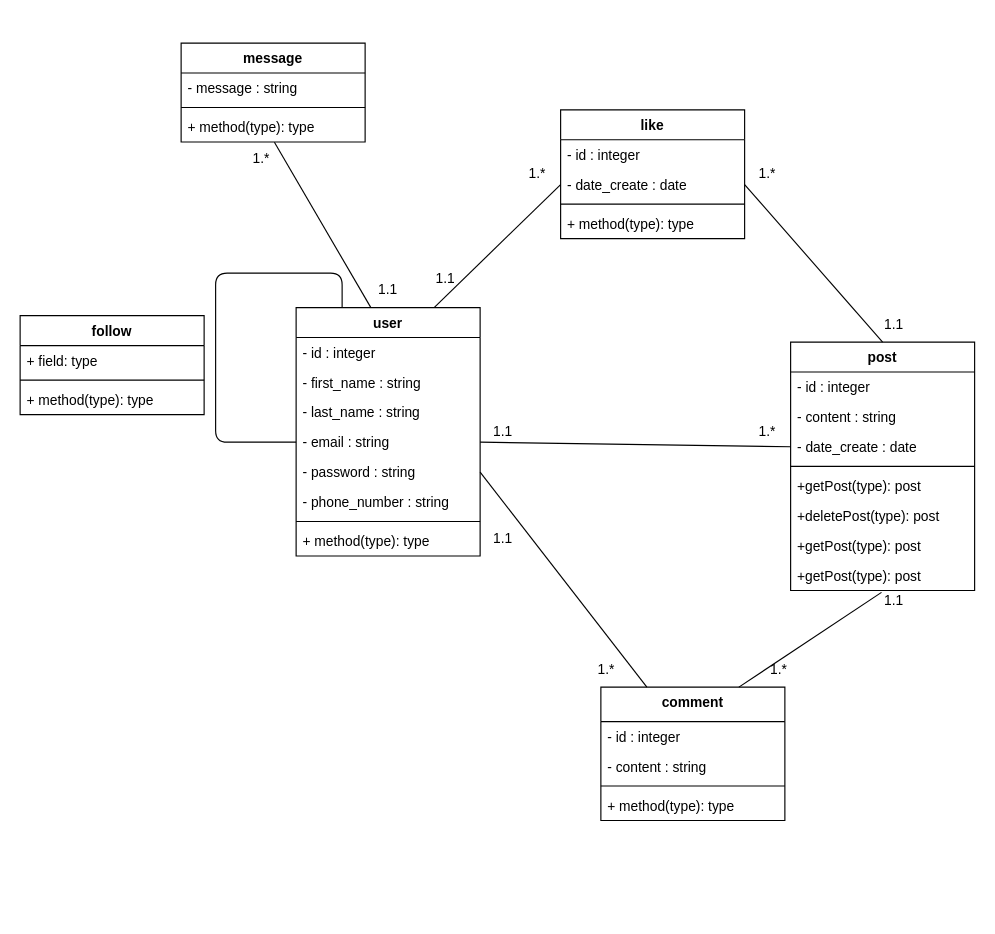
Mohamed072005/YouConnecte keeps this draw.io diagram as uml/YouConnecte.diagram-class.drawio. Above is the earlier version. Source tidied: cells renumbered, new cells numbered last; positions are measured from the earlier drawing's top-left corner, leaving out a move shared by most shapes. Both pictures are drawn from the tidied source at 115%, with x=0, y=0 at pixel (20, 43).
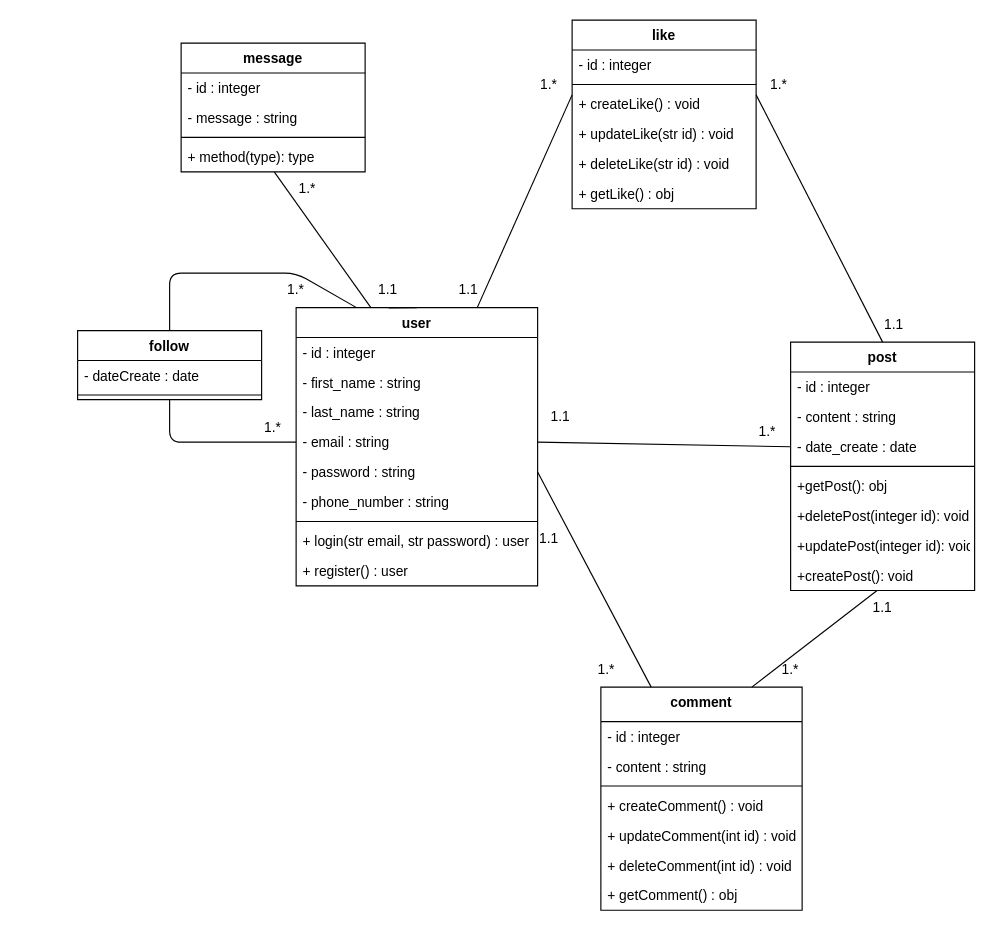
The same page after the edit.

Commit message:
create the diagram class

The change refers to these unchanged cells:
```xml
<mxCell id="12" value="post" style="swimlane;fontStyle=1;align=center;verticalAlign=top;horizontal=1;startSize=26;" parent="1" vertex="1">
  <mxGeometry x="670" y="260" width="160" height="216" as="geometry" />
</mxCell>
```

The edit, as a diff of the source:
```diff
@@
     <mxCell id="2" value="user" style="swimlane;fontStyle=1;align=center;verticalAlign=top;horizontal=1;startSize=26;" parent="1" vertex="1">
-      <mxGeometry x="240" y="230" width="160" height="216" as="geometry" />
+      <mxGeometry x="240" y="230" width="210" height="242" as="geometry" />
     </mxCell>
     <mxCell id="3" value="- id : integer" style="text;strokeColor=none;fillColor=none;align=left;verticalAlign=top;spacingLeft=4;spacingRight=4;overflow=hidden;" parent="2" vertex="1">
-      <mxGeometry y="26" width="160" height="26" as="geometry" />
+      <mxGeometry y="26" width="210" height="26" as="geometry" />
     </mxCell>
     <mxCell id="4" value="- first_name : string" style="text;strokeColor=none;fillColor=none;align=left;verticalAlign=top;spacingLeft=4;spacingRight=4;overflow=hidden;" parent="2" vertex="1">
-      <mxGeometry y="52" width="160" height="26" as="geometry" />
+      <mxGeometry y="52" width="210" height="26" as="geometry" />
     </mxCell>
     <mxCell id="5" value="- last_name : string" style="text;strokeColor=none;fillColor=none;align=left;verticalAlign=top;spacingLeft=4;spacingRight=4;overflow=hidden;" parent="2" vertex="1">
-      <mxGeometry y="78" width="160" height="26" as="geometry" />
+      <mxGeometry y="78" width="210" height="26" as="geometry" />
     </mxCell>
     <mxCell id="6" value="- email : string" style="text;strokeColor=none;fillColor=none;align=left;verticalAlign=top;spacingLeft=4;spacingRight=4;overflow=hidden;points=[[0,0.5],[1,0.5]];portConstraint=eastwest;" parent="2" vertex="1">
-      <mxGeometry y="104" width="160" height="26" as="geometry" />
+      <mxGeometry y="104" width="210" height="26" as="geometry" />
     </mxCell>
     <mxCell id="7" value="- password : string" style="text;strokeColor=none;fillColor=none;align=left;verticalAlign=top;spacingLeft=4;spacingRight=4;overflow=hidden;points=[[0,0.5],[1,0.5]];portConstraint=eastwest;" parent="2" vertex="1">
-      <mxGeometry y="130" width="160" height="26" as="geometry" />
+      <mxGeometry y="130" width="210" height="26" as="geometry" />
     </mxCell>
     <mxCell id="8" value="- phone_number : string" style="text;strokeColor=none;fillColor=none;align=left;verticalAlign=top;spacingLeft=4;spacingRight=4;overflow=hidden;" parent="2" vertex="1">
-      <mxGeometry y="156" width="160" height="26" as="geometry" />
+      <mxGeometry y="156" width="210" height="26" as="geometry" />
     </mxCell>
     <mxCell id="9" style="line;strokeWidth=1;fillColor=none;align=left;verticalAlign=middle;spacingTop=-1;spacingLeft=3;spacingRight=3;labelPosition=right;strokeColor=inherit;" parent="2" vertex="1">
-      <mxGeometry y="182" width="160" height="8" as="geometry" />
+      <mxGeometry y="182" width="210" height="8" as="geometry" />
     </mxCell>
-    <mxCell id="10" value="+ method(type): type" style="text;strokeColor=none;fillColor=none;align=left;verticalAlign=top;spacingLeft=4;spacingRight=4;overflow=hidden;" parent="2" vertex="1">
-      <mxGeometry y="190" width="160" height="26" as="geometry" />
+    <mxCell id="10" value="+ login(str email, str password) : user" style="text;strokeColor=none;fillColor=none;align=left;verticalAlign=top;spacingLeft=4;spacingRight=4;overflow=hidden;" parent="2" vertex="1">
+      <mxGeometry y="190" width="210" height="26" as="geometry" />
     </mxCell>
-    <mxCell id="11" style="endArrow=none;html=1;entryX=0.25;entryY=0;entryDx=0;entryDy=0;exitX=0;exitY=0.5;exitDx=0;exitDy=0;" parent="2" edge="1" source="6" target="2">
-      <mxGeometry relative="1" as="geometry">
-        <Array as="points">
-          <mxPoint x="-70" y="117" />
-          <mxPoint x="-70" y="-30" />
-          <mxPoint x="40" y="-30" />
-        </Array>
-      </mxGeometry>
-    </mxCell>
+    <mxCell id="58" value="+ register() : user" style="text;strokeColor=none;fillColor=none;align=left;verticalAlign=top;spacingLeft=4;spacingRight=4;overflow=hidden;" parent="2" vertex="1">
+      <mxGeometry y="216" width="210" height="26" as="geometry" />
+    </mxCell>
@@
-    <mxCell id="17" value="+getPost(type): post" style="text;strokeColor=none;fillColor=none;align=left;verticalAlign=top;spacingLeft=4;spacingRight=4;overflow=hidden;" parent="12" vertex="1">
+    <mxCell id="17" value="+getPost(): obj" style="text;strokeColor=none;fillColor=none;align=left;verticalAlign=top;spacingLeft=4;spacingRight=4;overflow=hidden;" parent="12" vertex="1">
       <mxGeometry y="112" width="160" height="26" as="geometry" />
     </mxCell>
-    <mxCell id="18" value="+deletePost(type): post" style="text;strokeColor=none;fillColor=none;align=left;verticalAlign=top;spacingLeft=4;spacingRight=4;overflow=hidden;" parent="12" vertex="1">
+    <mxCell id="18" value="+deletePost(integer id): void" style="text;strokeColor=none;fillColor=none;align=left;verticalAlign=top;spacingLeft=4;spacingRight=4;overflow=hidden;" parent="12" vertex="1">
       <mxGeometry y="138" width="160" height="26" as="geometry" />
     </mxCell>
-    <mxCell id="19" value="+getPost(type): post" style="text;strokeColor=none;fillColor=none;align=left;verticalAlign=top;spacingLeft=4;spacingRight=4;overflow=hidden;" parent="12" vertex="1">
+    <mxCell id="19" value="+updatePost(integer id): void" style="text;strokeColor=none;fillColor=none;align=left;verticalAlign=top;spacingLeft=4;spacingRight=4;overflow=hidden;" parent="12" vertex="1">
       <mxGeometry y="164" width="160" height="26" as="geometry" />
     </mxCell>
-    <mxCell id="20" value="+getPost(type): post" style="text;strokeColor=none;fillColor=none;align=left;verticalAlign=top;spacingLeft=4;spacingRight=4;overflow=hidden;points=[[0,0.5],[1,0.5]];portConstraint=eastwest;" parent="12" vertex="1">
+    <mxCell id="20" value="+createPost(): void" style="text;strokeColor=none;fillColor=none;align=left;verticalAlign=top;spacingLeft=4;spacingRight=4;overflow=hidden;points=[[0,0.5],[1,0.5]];portConstraint=eastwest;" parent="12" vertex="1">
       <mxGeometry y="190" width="160" height="26" as="geometry" />
     </mxCell>
@@
     <mxCell id="22" value="1.1" style="text;strokeColor=none;align=center;fillColor=none;html=1;verticalAlign=middle;whiteSpace=wrap;rounded=0;" parent="1" vertex="1">
-      <mxGeometry x="390" y="323" width="60" height="30" as="geometry" />
+      <mxGeometry x="440" y="310" width="60" height="30" as="geometry" />
     </mxCell>
@@
     <mxCell id="24" value="message" style="swimlane;fontStyle=1;align=center;verticalAlign=top;horizontal=1;startSize=26;" parent="1" vertex="1">
-      <mxGeometry x="140" width="160" height="86" as="geometry" />
+      <mxGeometry x="140" width="160" height="112" as="geometry" />
     </mxCell>
-    <mxCell id="25" value="- message : string" style="text;strokeColor=none;fillColor=none;align=left;verticalAlign=top;spacingLeft=4;spacingRight=4;overflow=hidden;" parent="24" vertex="1">
+    <mxCell id="25" value="- id : integer" style="text;strokeColor=none;fillColor=none;align=left;verticalAlign=top;spacingLeft=4;spacingRight=4;overflow=hidden;" parent="24" vertex="1">
       <mxGeometry y="26" width="160" height="26" as="geometry" />
     </mxCell>
+    <mxCell id="59" value="- message : string" style="text;strokeColor=none;fillColor=none;align=left;verticalAlign=top;spacingLeft=4;spacingRight=4;overflow=hidden;" parent="24" vertex="1">
+      <mxGeometry y="52" width="160" height="26" as="geometry" />
+    </mxCell>
     <mxCell id="26" style="line;strokeWidth=1;fillColor=none;align=left;verticalAlign=middle;spacingTop=-1;spacingLeft=3;spacingRight=3;labelPosition=right;strokeColor=inherit;" parent="24" vertex="1">
-      <mxGeometry y="52" width="160" height="8" as="geometry" />
+      <mxGeometry y="78" width="160" height="8" as="geometry" />
     </mxCell>
     <mxCell id="27" value="+ method(type): type" style="text;strokeColor=none;fillColor=none;align=left;verticalAlign=top;spacingLeft=4;spacingRight=4;overflow=hidden;points=[[0,0.5],[1,0.5]];portConstraint=eastwest;" parent="24" vertex="1">
-      <mxGeometry y="60" width="160" height="26" as="geometry" />
+      <mxGeometry y="86" width="160" height="26" as="geometry" />
     </mxCell>
@@
     <mxCell id="29" value="1.*" style="text;strokeColor=none;align=center;fillColor=none;html=1;verticalAlign=middle;whiteSpace=wrap;rounded=0;" parent="1" vertex="1">
-      <mxGeometry x="180" y="86" width="60" height="30" as="geometry" />
+      <mxGeometry x="220" y="112" width="60" height="30" as="geometry" />
     </mxCell>
     <mxCell id="30" value="comment" style="swimlane;fontStyle=1;align=center;verticalAlign=top;horizontal=1;startSize=30;" parent="1" vertex="1">
-      <mxGeometry x="505" y="560" width="160" height="116" as="geometry" />
+      <mxGeometry x="505" y="560" width="175" height="194" as="geometry" />
     </mxCell>
     <mxCell id="31" value="- id : integer" style="text;strokeColor=none;fillColor=none;align=left;verticalAlign=top;spacingLeft=4;spacingRight=4;overflow=hidden;" parent="30" vertex="1">
-      <mxGeometry y="30" width="160" height="26" as="geometry" />
+      <mxGeometry y="30" width="175" height="26" as="geometry" />
     </mxCell>
     <mxCell id="32" value="- content : string" style="text;strokeColor=none;fillColor=none;align=left;verticalAlign=top;spacingLeft=4;spacingRight=4;overflow=hidden;" parent="30" vertex="1">
-      <mxGeometry y="56" width="160" height="26" as="geometry" />
+      <mxGeometry y="56" width="175" height="26" as="geometry" />
     </mxCell>
     <mxCell id="33" style="line;strokeWidth=1;fillColor=none;align=left;verticalAlign=middle;spacingTop=-1;spacingLeft=3;spacingRight=3;labelPosition=right;strokeColor=inherit;" parent="30" vertex="1">
-      <mxGeometry y="82" width="160" height="8" as="geometry" />
+      <mxGeometry y="82" width="175" height="8" as="geometry" />
     </mxCell>
-    <mxCell id="34" value="+ method(type): type" style="text;strokeColor=none;fillColor=none;align=left;verticalAlign=top;spacingLeft=4;spacingRight=4;overflow=hidden;" parent="30" vertex="1">
-      <mxGeometry y="90" width="160" height="26" as="geometry" />
+    <mxCell id="34" value="+ createComment() : void" style="text;strokeColor=none;fillColor=none;align=left;verticalAlign=top;spacingLeft=4;spacingRight=4;overflow=hidden;" parent="30" vertex="1">
+      <mxGeometry y="90" width="175" height="26" as="geometry" />
     </mxCell>
+    <mxCell id="60" value="+ updateComment(int id) : void" style="text;strokeColor=none;fillColor=none;align=left;verticalAlign=top;spacingLeft=4;spacingRight=4;overflow=hidden;" parent="30" vertex="1">
+      <mxGeometry y="116" width="175" height="26" as="geometry" />
+    </mxCell>
+    <mxCell id="61" value="+ deleteComment(int id) : void" style="text;strokeColor=none;fillColor=none;align=left;verticalAlign=top;spacingLeft=4;spacingRight=4;overflow=hidden;" parent="30" vertex="1">
+      <mxGeometry y="142" width="175" height="26" as="geometry" />
+    </mxCell>
+    <mxCell id="62" value="+ getComment() : obj" style="text;strokeColor=none;fillColor=none;align=left;verticalAlign=top;spacingLeft=4;spacingRight=4;overflow=hidden;" parent="30" vertex="1">
+      <mxGeometry y="168" width="175" height="26" as="geometry" />
+    </mxCell>
-    <mxCell id="35" style="endArrow=none;html=1;entryX=0.494;entryY=1.062;entryDx=0;entryDy=0;entryPerimeter=0;exitX=0.75;exitY=0;exitDx=0;exitDy=0;" parent="1" edge="1" source="30" target="20">
+    <mxCell id="35" style="endArrow=none;html=1;exitX=0.75;exitY=0;exitDx=0;exitDy=0;entryX=0.47;entryY=0.999;entryDx=0;entryDy=0;entryPerimeter=0;" parent="1" edge="1" source="30" target="20">
       <mxGeometry relative="1" as="geometry" />
     </mxCell>
     <mxCell id="36" value="1.1" style="text;strokeColor=none;align=center;fillColor=none;html=1;verticalAlign=middle;whiteSpace=wrap;rounded=0;" parent="1" vertex="1">
-      <mxGeometry x="730" y="470" width="60" height="30" as="geometry" />
+      <mxGeometry x="720" y="476" width="60" height="30" as="geometry" />
     </mxCell>
     <mxCell id="37" value="1.*" style="text;strokeColor=none;align=center;fillColor=none;html=1;verticalAlign=middle;whiteSpace=wrap;rounded=0;" parent="1" vertex="1">
-      <mxGeometry x="630" y="530" width="60" height="30" as="geometry" />
+      <mxGeometry x="640" y="530" width="60" height="30" as="geometry" />
     </mxCell>
@@
-    <mxCell id="40" value="1.1" style="text;strokeColor=none;align=center;fillColor=none;html=1;verticalAlign=middle;whiteSpace=wrap;rounded=0;" parent="1" vertex="1">
-      <mxGeometry x="390" y="416" width="60" height="30" as="geometry" />
+    <mxCell id="40" value="1.1" style="text;strokeColor=none;align=center;fillColor=none;html=1;verticalAlign=middle;whiteSpace=wrap;rounded=0;rotation=0;" parent="1" vertex="1">
+      <mxGeometry x="430" y="416" width="60" height="30" as="geometry" />
     </mxCell>
     <mxCell id="41" value="like" style="swimlane;fontStyle=1;align=center;verticalAlign=top;horizontal=1;startSize=26;" parent="1" vertex="1">
-      <mxGeometry x="470" y="58" width="160" height="112" as="geometry" />
+      <mxGeometry x="480" y="-20" width="160" height="164" as="geometry" />
     </mxCell>
@@
-    <mxCell id="43" value="- date_create : date" style="text;strokeColor=none;fillColor=none;align=left;verticalAlign=top;spacingLeft=4;spacingRight=4;overflow=hidden;points=[[0,0.5],[1,0.5]];portConstraint=eastwest;" parent="41" vertex="1">
-      <mxGeometry y="52" width="160" height="26" as="geometry" />
-    </mxCell>
     <mxCell id="44" style="line;strokeWidth=1;fillColor=none;align=left;verticalAlign=middle;spacingTop=-1;spacingLeft=3;spacingRight=3;labelPosition=right;strokeColor=inherit;" parent="41" vertex="1">
-      <mxGeometry y="78" width="160" height="8" as="geometry" />
+      <mxGeometry y="52" width="160" height="8" as="geometry" />
     </mxCell>
-    <mxCell id="45" value="+ method(type): type" style="text;strokeColor=none;fillColor=none;align=left;verticalAlign=top;spacingLeft=4;spacingRight=4;overflow=hidden;" parent="41" vertex="1">
-      <mxGeometry y="86" width="160" height="26" as="geometry" />
+    <mxCell id="45" value="+ createLike() : void" style="text;strokeColor=none;fillColor=none;align=left;verticalAlign=top;spacingLeft=4;spacingRight=4;overflow=hidden;" parent="41" vertex="1">
+      <mxGeometry y="60" width="160" height="26" as="geometry" />
     </mxCell>
+    <mxCell id="63" value="+ updateLike(str id) : void" style="text;strokeColor=none;fillColor=none;align=left;verticalAlign=top;spacingLeft=4;spacingRight=4;overflow=hidden;" parent="41" vertex="1">
+      <mxGeometry y="86" width="160" height="26" as="geometry" />
+    </mxCell>
+    <mxCell id="64" value="+ deleteLike(str id) : void" style="text;strokeColor=none;fillColor=none;align=left;verticalAlign=top;spacingLeft=4;spacingRight=4;overflow=hidden;" parent="41" vertex="1">
+      <mxGeometry y="112" width="160" height="26" as="geometry" />
+    </mxCell>
+    <mxCell id="65" value="+ getLike() : obj" style="text;strokeColor=none;fillColor=none;align=left;verticalAlign=top;spacingLeft=4;spacingRight=4;overflow=hidden;" parent="41" vertex="1">
+      <mxGeometry y="138" width="160" height="26" as="geometry" />
+    </mxCell>
-    <mxCell id="46" style="endArrow=none;html=1;exitX=0.75;exitY=0;exitDx=0;exitDy=0;entryX=0;entryY=0.5;entryDx=0;entryDy=0;" parent="1" edge="1" source="2" target="43">
-      <mxGeometry relative="1" as="geometry" />
+    <mxCell id="46" style="endArrow=none;html=1;exitX=0.75;exitY=0;exitDx=0;exitDy=0;entryX=0;entryY=0.5;entryDx=0;entryDy=0;" parent="1" edge="1" source="2">
+      <mxGeometry relative="1" as="geometry">
+        <mxPoint x="480" y="45" as="targetPoint" />
+      </mxGeometry>
     </mxCell>
-    <mxCell id="47" style="endArrow=none;html=1;entryX=1;entryY=0.5;entryDx=0;entryDy=0;exitX=0.5;exitY=0;exitDx=0;exitDy=0;" parent="1" edge="1" source="12" target="43">
-      <mxGeometry relative="1" as="geometry" />
+    <mxCell id="47" style="endArrow=none;html=1;entryX=1;entryY=0.5;entryDx=0;entryDy=0;exitX=0.5;exitY=0;exitDx=0;exitDy=0;" parent="1" edge="1" source="12">
+      <mxGeometry relative="1" as="geometry">
+        <mxPoint x="640" y="45" as="targetPoint" />
+      </mxGeometry>
     </mxCell>
     <mxCell id="48" value="1.*" style="text;strokeColor=none;align=center;fillColor=none;html=1;verticalAlign=middle;whiteSpace=wrap;rounded=0;" parent="1" vertex="1">
-      <mxGeometry x="420" y="99" width="60" height="30" as="geometry" />
+      <mxGeometry x="430" y="21" width="60" height="30" as="geometry" />
     </mxCell>
     <mxCell id="49" value="1.1" style="text;strokeColor=none;align=center;fillColor=none;html=1;verticalAlign=middle;whiteSpace=wrap;rounded=0;" parent="1" vertex="1">
-      <mxGeometry x="340" y="190" width="60" height="30" as="geometry" />
+      <mxGeometry x="360" y="200" width="60" height="30" as="geometry" />
     </mxCell>
@@
     <mxCell id="51" value="1.*" style="text;strokeColor=none;align=center;fillColor=none;html=1;verticalAlign=middle;whiteSpace=wrap;rounded=0;" parent="1" vertex="1">
-      <mxGeometry x="620" y="99" width="60" height="30" as="geometry" />
+      <mxGeometry x="630" y="21" width="60" height="30" as="geometry" />
     </mxCell>
@@
     <mxCell id="54" value="follow" style="swimlane;fontStyle=1;align=center;verticalAlign=top;horizontal=1;startSize=26;" parent="1" vertex="1">
-      <mxGeometry y="237" width="160" height="86" as="geometry" />
+      <mxGeometry x="50" y="250" width="160" height="60" as="geometry" />
     </mxCell>
-    <mxCell id="55" value="+ field: type" style="text;strokeColor=none;fillColor=none;align=left;verticalAlign=top;spacingLeft=4;spacingRight=4;overflow=hidden;" parent="54" vertex="1">
+    <mxCell id="55" value="- dateCreate : date" style="text;strokeColor=none;fillColor=none;align=left;verticalAlign=top;spacingLeft=4;spacingRight=4;overflow=hidden;" parent="54" vertex="1">
       <mxGeometry y="26" width="160" height="26" as="geometry" />
     </mxCell>
@@
-    <mxCell id="57" value="+ method(type): type" style="text;strokeColor=none;fillColor=none;align=left;verticalAlign=top;spacingLeft=4;spacingRight=4;overflow=hidden;" parent="54" vertex="1">
-      <mxGeometry y="60" width="160" height="26" as="geometry" />
-    </mxCell>
+    <mxCell id="66" value="1.*" style="text;strokeColor=none;align=center;fillColor=none;html=1;verticalAlign=middle;whiteSpace=wrap;rounded=0;" parent="1" vertex="1">
+      <mxGeometry x="210" y="200" width="60" height="30" as="geometry" />
+    </mxCell>
+    <mxCell id="67" value="1.*" style="text;strokeColor=none;align=center;fillColor=none;html=1;verticalAlign=middle;whiteSpace=wrap;rounded=0;" parent="1" vertex="1">
+      <mxGeometry x="190" y="320" width="60" height="30" as="geometry" />
+    </mxCell>
+    <mxCell id="68" style="endArrow=none;html=1;entryX=0.25;entryY=0;entryDx=0;entryDy=0;exitX=0.5;exitY=0;exitDx=0;exitDy=0;" parent="1" edge="1" source="54" target="2">
+      <mxGeometry relative="1" as="geometry">
+        <Array as="points">
+          <mxPoint x="130" y="200" />
+          <mxPoint x="240" y="200" />
+        </Array>
+      </mxGeometry>
+    </mxCell>
+    <mxCell id="69" style="endArrow=none;html=1;exitX=0;exitY=0.5;exitDx=0;exitDy=0;entryX=0.5;entryY=1;entryDx=0;entryDy=0;" parent="1" edge="1" source="6" target="54">
+      <mxGeometry relative="1" as="geometry">
+        <Array as="points">
+          <mxPoint x="130" y="347" />
+        </Array>
+      </mxGeometry>
+    </mxCell>
```
